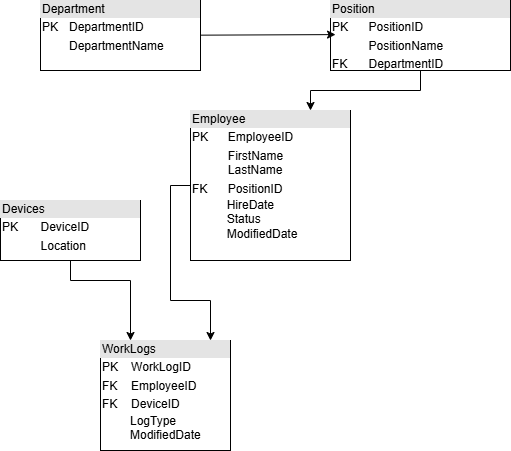
Earlier version of the draw.io export Diagram bez tytułu.drawio.png (BartekSliwinski/rcp-data-pipeline). Source tidied: cells renumbered, new cells last; positions are measured from the earlier drawing's top-left corner, leaving out a move shared by most shapes.
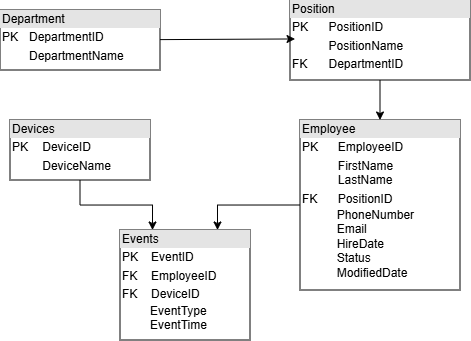
After the change.

The edit, as a diff of the source:
```diff
@@ -1,42 +1,33 @@
-<mxGraphModel>
+<mxGraphModel background="light-dark(#FFFFFF,#545454)">
   <root>
     <mxCell id="0" />
     <mxCell id="1" parent="0" />
     <mxCell id="2" value="&lt;div style=&quot;box-sizing: border-box; width: 100%; background: rgb(228, 228, 228); padding: 2px;&quot;&gt;Department&lt;/div&gt;&lt;table style=&quot;width:100%;font-size:1em;&quot; cellpadding=&quot;2&quot; cellspacing=&quot;0&quot;&gt;&lt;tbody&gt;&lt;tr&gt;&lt;td&gt;PK&lt;/td&gt;&lt;td&gt;DepartmentID&lt;/td&gt;&lt;/tr&gt;&lt;tr&gt;&lt;td&gt;&lt;br&gt;&lt;/td&gt;&lt;td&gt;DepartmentName&lt;/td&gt;&lt;/tr&gt;&lt;tr&gt;&lt;td&gt;&lt;/td&gt;&lt;td&gt;&lt;br&gt;&lt;/td&gt;&lt;/tr&gt;&lt;/tbody&gt;&lt;/table&gt;" style="verticalAlign=top;align=left;overflow=fill;html=1;whiteSpace=wrap;" parent="1" vertex="1">
-      <mxGeometry x="40" width="160" height="70" as="geometry" />
+      <mxGeometry x="-140" y="-10" width="160" height="60" as="geometry" />
     </mxCell>
-    <mxCell id="3" style="edgeStyle=orthogonalEdgeStyle;rounded=0;jettySize=auto;html=1;exitX=0.5;exitY=1;exitDx=0;exitDy=0;entryX=0.75;entryY=0;entryDx=0;entryDy=0;" parent="1" edge="1" source="4" target="7">
+    <mxCell id="3" style="edgeStyle=orthogonalEdgeStyle;rounded=0;jettySize=auto;html=1;exitX=0.5;exitY=1;exitDx=0;exitDy=0;entryX=0.5;entryY=0;entryDx=0;entryDy=0;" parent="1" edge="1" source="4" target="7">
       <mxGeometry relative="1" as="geometry" />
     </mxCell>
     <mxCell id="4" value="&lt;div style=&quot;box-sizing: border-box; width: 100%; background: rgb(228, 228, 228); padding: 2px;&quot;&gt;Position&lt;/div&gt;&lt;table style=&quot;width:100%;font-size:1em;&quot; cellpadding=&quot;2&quot; cellspacing=&quot;0&quot;&gt;&lt;tbody&gt;&lt;tr&gt;&lt;td&gt;PK&lt;/td&gt;&lt;td&gt;PositionID&lt;/td&gt;&lt;/tr&gt;&lt;tr&gt;&lt;td&gt;&lt;br&gt;&lt;/td&gt;&lt;td&gt;PositionName&lt;/td&gt;&lt;/tr&gt;&lt;tr&gt;&lt;td&gt;FK&lt;/td&gt;&lt;td&gt;DepartmentID&lt;/td&gt;&lt;/tr&gt;&lt;/tbody&gt;&lt;/table&gt;" style="verticalAlign=top;align=left;overflow=fill;html=1;whiteSpace=wrap;" parent="1" vertex="1">
-      <mxGeometry x="330" width="180" height="70" as="geometry" />
+      <mxGeometry x="150" y="-20" width="180" height="80" as="geometry" />
     </mxCell>
     <mxCell id="5" style="rounded=0;jettySize=auto;html=1;entryX=0.028;entryY=0.487;entryDx=0;entryDy=0;entryPerimeter=0;endArrow=classic;endFill=1;" parent="1" edge="1" source="2" target="4">
       <mxGeometry relative="1" as="geometry" />
     </mxCell>
-    <mxCell id="6" style="edgeStyle=orthogonalEdgeStyle;rounded=0;jettySize=auto;html=1;exitX=0;exitY=0.5;exitDx=0;exitDy=0;entryX=0.75;entryY=0;entryDx=0;entryDy=0;" parent="1" edge="1" source="7">
-      <mxGeometry relative="1" as="geometry">
-        <mxPoint x="210" y="340" as="targetPoint" />
-      </mxGeometry>
-    </mxCell>
-    <mxCell id="7" value="&lt;div style=&quot;box-sizing: border-box; width: 100%; background: rgb(228, 228, 228); padding: 2px;&quot;&gt;Employee&lt;/div&gt;&lt;table style=&quot;width:100%;font-size:1em;&quot; cellpadding=&quot;2&quot; cellspacing=&quot;0&quot;&gt;&lt;tbody&gt;&lt;tr&gt;&lt;td&gt;PK&lt;/td&gt;&lt;td&gt;EmployeeID&lt;br&gt;&lt;/td&gt;&lt;/tr&gt;&lt;tr&gt;&lt;td&gt;&lt;br&gt;&lt;/td&gt;&lt;td&gt;FirstName&lt;br&gt;LastName&lt;/td&gt;&lt;/tr&gt;&lt;tr&gt;&lt;td&gt;FK&lt;/td&gt;&lt;td&gt;PositionID&lt;/td&gt;&lt;/tr&gt;&lt;/tbody&gt;&lt;/table&gt;&amp;nbsp; &amp;nbsp; &amp;nbsp; &amp;nbsp;&amp;nbsp;&lt;span style=&quot;background-color: transparent; color: light-dark(rgb(0, 0, 0), rgb(255, 255, 255));&quot;&gt;&amp;nbsp; &amp;nbsp;HireDate&lt;/span&gt;&lt;div&gt;&lt;span style=&quot;white-space: pre;&quot;&gt;&#9;&lt;/span&gt;&amp;nbsp; &amp;nbsp;Status&lt;/div&gt;&lt;div&gt;&lt;span style=&quot;white-space: pre;&quot;&gt;&#9;&lt;/span&gt;&amp;nbsp; &amp;nbsp;ModifiedDate&lt;/div&gt;" style="verticalAlign=top;align=left;overflow=fill;html=1;whiteSpace=wrap;" parent="1" vertex="1">
-      <mxGeometry x="190" y="110" width="160" height="150" as="geometry" />
+    <mxCell id="7" value="&lt;div style=&quot;box-sizing: border-box; width: 100%; background: rgb(228, 228, 228); padding: 2px;&quot;&gt;Employee&lt;/div&gt;&lt;table style=&quot;width:100%;font-size:1em;&quot; cellpadding=&quot;2&quot; cellspacing=&quot;0&quot;&gt;&lt;tbody&gt;&lt;tr&gt;&lt;td&gt;PK&lt;/td&gt;&lt;td&gt;EmployeeID&lt;br&gt;&lt;/td&gt;&lt;/tr&gt;&lt;tr&gt;&lt;td&gt;&lt;br&gt;&lt;/td&gt;&lt;td&gt;FirstName&lt;br&gt;LastName&lt;/td&gt;&lt;/tr&gt;&lt;tr&gt;&lt;td&gt;FK&lt;/td&gt;&lt;td&gt;PositionID&lt;br&gt;&lt;/td&gt;&lt;/tr&gt;&lt;/tbody&gt;&lt;/table&gt;&amp;nbsp; &amp;nbsp; &amp;nbsp; &amp;nbsp;&amp;nbsp;&lt;span style=&quot;background-color: transparent; color: light-dark(rgb(0, 0, 0), rgb(255, 255, 255));&quot;&gt;&amp;nbsp; &amp;nbsp;PhoneNumber&lt;/span&gt;&lt;div&gt;&lt;span style=&quot;white-space: pre;&quot;&gt;&#9;&lt;/span&gt;&amp;nbsp; &amp;nbsp;Email&lt;br&gt;&lt;div&gt;&lt;span style=&quot;background-color: transparent; color: light-dark(rgb(0, 0, 0), rgb(255, 255, 255));&quot;&gt;&lt;span style=&quot;white-space: pre;&quot;&gt;&#9;&lt;/span&gt;&amp;nbsp; &amp;nbsp;HireDate&lt;/span&gt;&lt;div&gt;&lt;span style=&quot;white-space: pre;&quot;&gt;&#9;&lt;/span&gt;&amp;nbsp; &amp;nbsp;Status&lt;/div&gt;&lt;div&gt;&lt;span style=&quot;white-space: pre;&quot;&gt;&#9;&lt;/span&gt;&amp;nbsp; &amp;nbsp;ModifiedDate&lt;/div&gt;&lt;/div&gt;&lt;/div&gt;" style="verticalAlign=top;align=left;overflow=fill;html=1;whiteSpace=wrap;" parent="1" vertex="1">
+      <mxGeometry x="160" y="100" width="160" height="170" as="geometry" />
     </mxCell>
-    <mxCell id="8" style="edgeStyle=orthogonalEdgeStyle;rounded=0;orthogonalLoop=1;jettySize=auto;html=1;exitX=0.5;exitY=1;exitDx=0;exitDy=0;entryX=0.25;entryY=0;entryDx=0;entryDy=0;" parent="1" edge="1">
-      <mxGeometry relative="1" as="geometry">
-        <mxPoint x="70" y="260" as="sourcePoint" />
-        <mxPoint x="130" y="340" as="targetPoint" />
-        <Array as="points">
-          <mxPoint x="70" y="280" />
-          <mxPoint x="130" y="280" />
-        </Array>
-      </mxGeometry>
-    </mxCell>
+    <mxCell id="11" style="edgeStyle=orthogonalEdgeStyle;rounded=0;jettySize=auto;html=1;exitX=0.5;exitY=1;exitDx=0;exitDy=0;entryX=0.25;entryY=0;entryDx=0;entryDy=0;" parent="1" edge="1" source="9" target="10">
+      <mxGeometry relative="1" as="geometry" />
+    </mxCell>
-    <mxCell id="9" value="&lt;div style=&quot;box-sizing: border-box; width: 100%; background: rgb(228, 228, 228); padding: 2px;&quot;&gt;Devices&lt;/div&gt;&lt;table style=&quot;width:100%;font-size:1em;&quot; cellpadding=&quot;2&quot; cellspacing=&quot;0&quot;&gt;&lt;tbody&gt;&lt;tr&gt;&lt;td&gt;PK&lt;/td&gt;&lt;td&gt;DeviceID&lt;/td&gt;&lt;/tr&gt;&lt;tr&gt;&lt;td&gt;&lt;br&gt;&lt;/td&gt;&lt;td&gt;Location&lt;/td&gt;&lt;/tr&gt;&lt;tr&gt;&lt;td&gt;&lt;/td&gt;&lt;td&gt;&lt;br&gt;&lt;/td&gt;&lt;/tr&gt;&lt;/tbody&gt;&lt;/table&gt;" style="verticalAlign=top;align=left;overflow=fill;html=1;whiteSpace=wrap;" parent="1" vertex="1">
-      <mxGeometry y="200" width="140" height="60" as="geometry" />
+    <mxCell id="9" value="&lt;div style=&quot;box-sizing: border-box; width: 100%; background: rgb(228, 228, 228); padding: 2px;&quot;&gt;Devices&lt;/div&gt;&lt;table style=&quot;width:100%;font-size:1em;&quot; cellpadding=&quot;2&quot; cellspacing=&quot;0&quot;&gt;&lt;tbody&gt;&lt;tr&gt;&lt;td&gt;PK&lt;/td&gt;&lt;td&gt;DeviceID&lt;/td&gt;&lt;/tr&gt;&lt;tr&gt;&lt;td&gt;&lt;br&gt;&lt;/td&gt;&lt;td&gt;DeviceName&lt;/td&gt;&lt;/tr&gt;&lt;tr&gt;&lt;td&gt;&lt;/td&gt;&lt;td&gt;&lt;br&gt;&lt;/td&gt;&lt;/tr&gt;&lt;/tbody&gt;&lt;/table&gt;" style="verticalAlign=top;align=left;overflow=fill;html=1;whiteSpace=wrap;" parent="1" vertex="1">
+      <mxGeometry x="-130" y="100" width="140" height="60" as="geometry" />
     </mxCell>
+    <mxCell id="12" style="edgeStyle=orthogonalEdgeStyle;rounded=0;jettySize=auto;html=1;exitX=0;exitY=0.5;exitDx=0;exitDy=0;entryX=0.75;entryY=0;entryDx=0;entryDy=0;" parent="1" edge="1" source="7" target="10">
+      <mxGeometry relative="1" as="geometry" />
+    </mxCell>
-    <mxCell id="10" value="&lt;div style=&quot;box-sizing: border-box; width: 100%; background: rgb(228, 228, 228); padding: 2px;&quot;&gt;WorkLogs&lt;/div&gt;&lt;table style=&quot;width:100%;font-size:1em;&quot; cellpadding=&quot;2&quot; cellspacing=&quot;0&quot;&gt;&lt;tbody&gt;&lt;tr&gt;&lt;td&gt;PK&lt;/td&gt;&lt;td&gt;WorkLogID&lt;/td&gt;&lt;/tr&gt;&lt;tr&gt;&lt;td&gt;FK&lt;/td&gt;&lt;td&gt;EmployeeID&lt;/td&gt;&lt;/tr&gt;&lt;tr&gt;&lt;td&gt;FK&lt;/td&gt;&lt;td&gt;DeviceID&lt;/td&gt;&lt;/tr&gt;&lt;/tbody&gt;&lt;/table&gt;&amp;nbsp;&lt;span style=&quot;white-space: pre;&quot;&gt;&#9;&lt;/span&gt;&amp;nbsp;LogType&lt;div&gt;&lt;span style=&quot;white-space: pre;&quot;&gt;&#9;&lt;/span&gt;&amp;nbsp;ModifiedDate&lt;br&gt;&lt;/div&gt;" style="verticalAlign=top;align=left;overflow=fill;html=1;whiteSpace=wrap;" parent="1" vertex="1">
-      <mxGeometry x="100" y="340" width="130" height="110" as="geometry" />
+    <mxCell id="10" value="&lt;div style=&quot;box-sizing: border-box; width: 100%; background: rgb(228, 228, 228); padding: 2px;&quot;&gt;Events&lt;/div&gt;&lt;table style=&quot;width:100%;font-size:1em;&quot; cellpadding=&quot;2&quot; cellspacing=&quot;0&quot;&gt;&lt;tbody&gt;&lt;tr&gt;&lt;td&gt;PK&lt;/td&gt;&lt;td&gt;EventID&lt;/td&gt;&lt;/tr&gt;&lt;tr&gt;&lt;td&gt;FK&lt;/td&gt;&lt;td&gt;EmployeeID&lt;/td&gt;&lt;/tr&gt;&lt;tr&gt;&lt;td&gt;FK&lt;/td&gt;&lt;td&gt;DeviceID&lt;/td&gt;&lt;/tr&gt;&lt;/tbody&gt;&lt;/table&gt;&amp;nbsp;&lt;span style=&quot;white-space: pre;&quot;&gt;&#9;&lt;/span&gt;&amp;nbsp;EventType&lt;div&gt;&lt;span style=&quot;white-space: pre;&quot;&gt;&#9;&lt;/span&gt;&amp;nbsp;EventTime&lt;br&gt;&lt;/div&gt;" style="verticalAlign=top;align=left;overflow=fill;html=1;whiteSpace=wrap;" parent="1" vertex="1">
+      <mxGeometry x="-20" y="210" width="130" height="110" as="geometry" />
     </mxCell>
   </root>
 </mxGraphModel>
```
